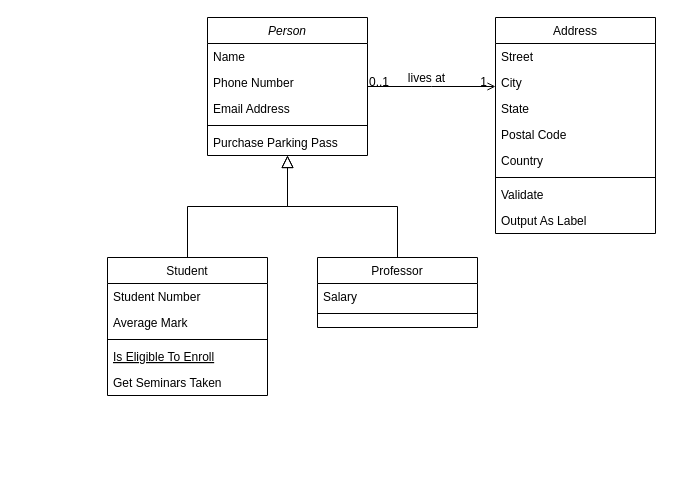
Above: Diagrama sin título.drawio in Angel-ISO/DiagnosticGuru (draw.io), before the change. Source tidied: cells renumbered, new cells numbered last; positions are measured from the earlier drawing's top-left corner, leaving out a move shared by most shapes. Both pictures are drawn from the tidied source at 100%, with x=0, y=0 at pixel (107, 17).
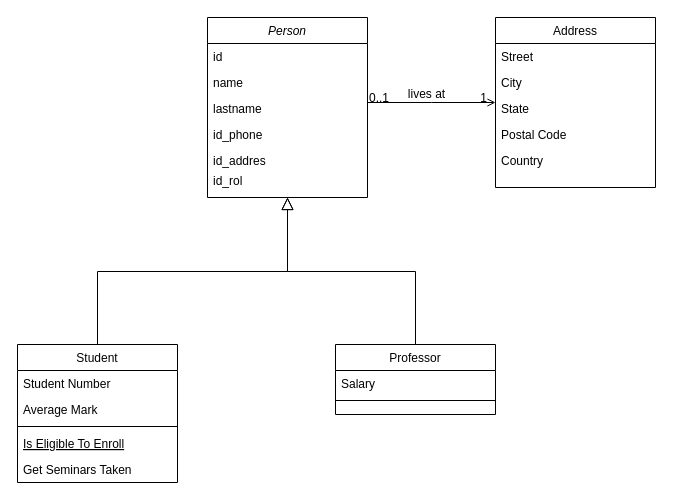
The same diagram, later.

What changed in the source:
```diff
@@
     <mxCell id="2" value="Person" style="swimlane;fontStyle=2;align=center;verticalAlign=top;horizontal=1;startSize=26;rounded=0;shadow=0;strokeWidth=1;" parent="1" vertex="1">
-      <mxGeometry x="100" width="160" height="138" as="geometry" />
+      <mxGeometry x="100" width="160" height="180" as="geometry" />
     </mxCell>
-    <mxCell id="3" value="Name" style="text;align=left;verticalAlign=top;spacingLeft=4;spacingRight=4;overflow=hidden;" parent="2" vertex="1">
+    <mxCell id="3" value="id" style="text;align=left;verticalAlign=top;spacingLeft=4;spacingRight=4;overflow=hidden;" parent="2" vertex="1">
       <mxGeometry y="26" width="160" height="26" as="geometry" />
     </mxCell>
-    <mxCell id="4" value="Phone Number" style="text;align=left;verticalAlign=top;spacingLeft=4;spacingRight=4;overflow=hidden;rounded=0;shadow=0;html=0;" parent="2" vertex="1">
+    <mxCell id="4" value="name" style="text;align=left;verticalAlign=top;spacingLeft=4;spacingRight=4;overflow=hidden;rounded=0;shadow=0;html=0;" parent="2" vertex="1">
       <mxGeometry y="52" width="160" height="26" as="geometry" />
     </mxCell>
-    <mxCell id="5" value="Email Address" style="text;align=left;verticalAlign=top;spacingLeft=4;spacingRight=4;overflow=hidden;rounded=0;shadow=0;html=0;" parent="2" vertex="1">
+    <mxCell id="5" value="lastname" style="text;align=left;verticalAlign=top;spacingLeft=4;spacingRight=4;overflow=hidden;rounded=0;shadow=0;html=0;" parent="2" vertex="1">
       <mxGeometry y="78" width="160" height="26" as="geometry" />
     </mxCell>
-    <mxCell id="6" style="line;html=1;strokeWidth=1;align=left;verticalAlign=middle;spacingTop=-1;spacingLeft=3;spacingRight=3;labelPosition=right;" parent="2" vertex="1">
-      <mxGeometry y="104" width="160" height="8" as="geometry" />
-    </mxCell>
-    <mxCell id="7" value="Purchase Parking Pass" style="text;align=left;verticalAlign=top;spacingLeft=4;spacingRight=4;overflow=hidden;" parent="2" vertex="1">
-      <mxGeometry y="112" width="160" height="26" as="geometry" />
-    </mxCell>
+    <mxCell id="32" value="id_phone" style="text;align=left;verticalAlign=top;spacingLeft=4;spacingRight=4;overflow=hidden;rounded=0;shadow=0;html=0;" parent="2" vertex="1">
+      <mxGeometry y="104" width="160" height="26" as="geometry" />
+    </mxCell>
+    <mxCell id="33" value="id_addres" style="text;align=left;verticalAlign=top;spacingLeft=4;spacingRight=4;overflow=hidden;rounded=0;shadow=0;html=0;" parent="2" vertex="1">
+      <mxGeometry y="130" width="160" height="20" as="geometry" />
+    </mxCell>
+    <mxCell id="34" value="id_rol" style="text;align=left;verticalAlign=top;spacingLeft=4;spacingRight=4;overflow=hidden;rounded=0;shadow=0;html=0;" parent="2" vertex="1">
+      <mxGeometry y="150" width="160" height="20" as="geometry" />
+    </mxCell>
     <mxCell id="8" value="Student" style="swimlane;fontStyle=0;align=center;verticalAlign=top;horizontal=1;startSize=26;rounded=0;shadow=0;strokeWidth=1;" parent="1" vertex="1">
-      <mxGeometry y="240" width="160" height="138" as="geometry" />
+      <mxGeometry x="-90" y="327" width="160" height="138" as="geometry" />
     </mxCell>
@@
     <mxCell id="15" value="Professor" style="swimlane;fontStyle=0;align=center;verticalAlign=top;horizontal=1;startSize=26;rounded=0;shadow=0;strokeWidth=1;" parent="1" vertex="1">
-      <mxGeometry x="210" y="240" width="160" height="70" as="geometry" />
+      <mxGeometry x="228" y="327" width="160" height="70" as="geometry" />
     </mxCell>
@@
     <mxCell id="19" value="Address" style="swimlane;fontStyle=0;align=center;verticalAlign=top;horizontal=1;startSize=26;rounded=0;shadow=0;strokeWidth=1;" parent="1" vertex="1">
-      <mxGeometry x="388" width="160" height="216" as="geometry" />
+      <mxGeometry x="388" width="160" height="170" as="geometry" />
     </mxCell>
@@
-    <mxCell id="25" style="line;html=1;strokeWidth=1;align=left;verticalAlign=middle;spacingTop=-1;spacingLeft=3;spacingRight=3;labelPosition=right;" parent="19" vertex="1">
-      <mxGeometry y="156" width="160" height="8" as="geometry" />
-    </mxCell>
-    <mxCell id="26" value="Validate" style="text;align=left;verticalAlign=top;spacingLeft=4;spacingRight=4;overflow=hidden;" parent="19" vertex="1">
-      <mxGeometry y="164" width="160" height="26" as="geometry" />
-    </mxCell>
-    <mxCell id="27" value="Output As Label" style="text;align=left;verticalAlign=top;spacingLeft=4;spacingRight=4;overflow=hidden;" parent="19" vertex="1">
-      <mxGeometry y="190" width="160" height="26" as="geometry" />
-    </mxCell>
```
